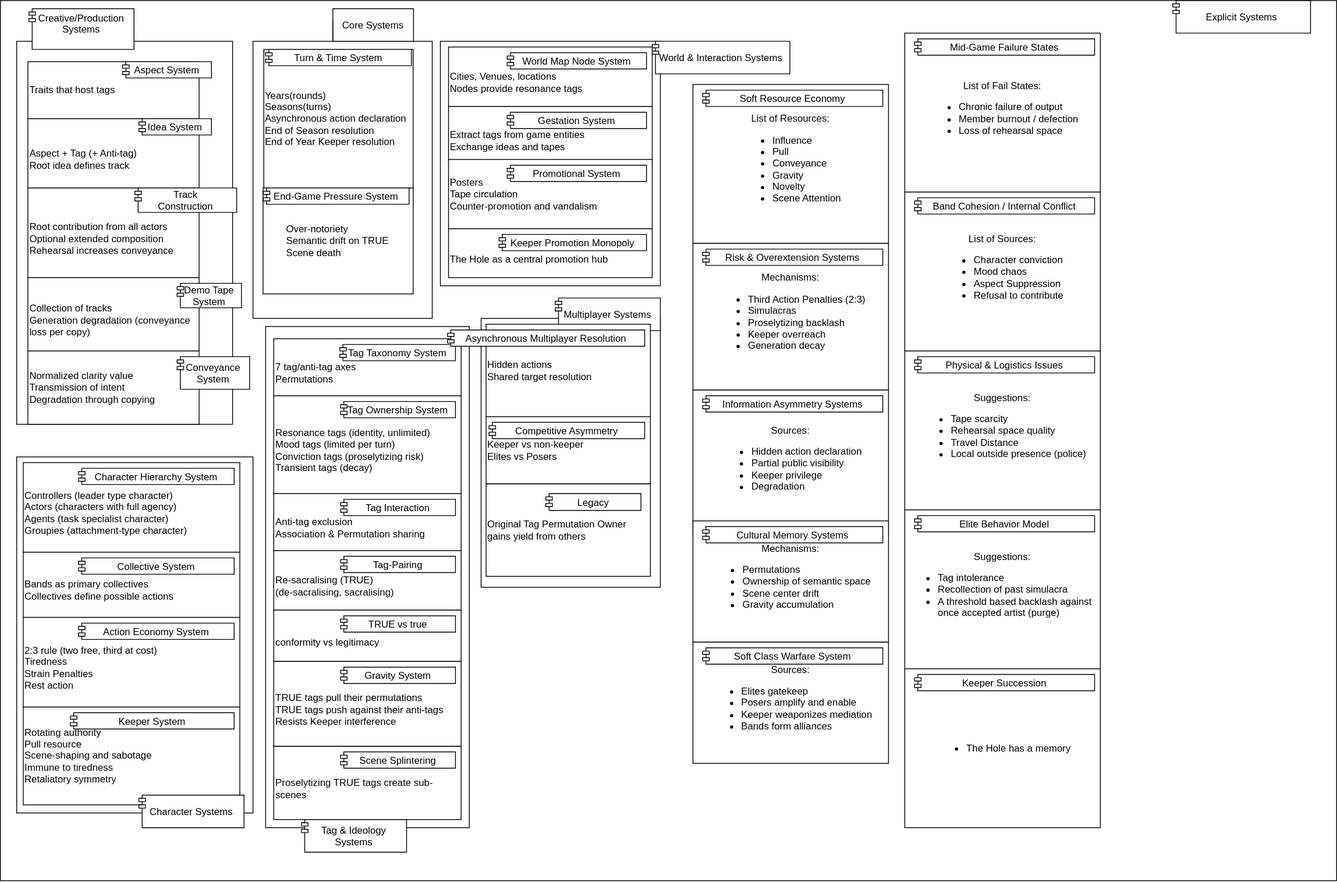
The draw.io diagram TheProspector/Assets/Schematics/AllSystemsReference.svg in SakuNurmiranta/TheProspector, before a commit. Source tidied: cells renumbered, new cells last; positions are measured from the earlier drawing's top-left corner, leaving out a move shared by most shapes.
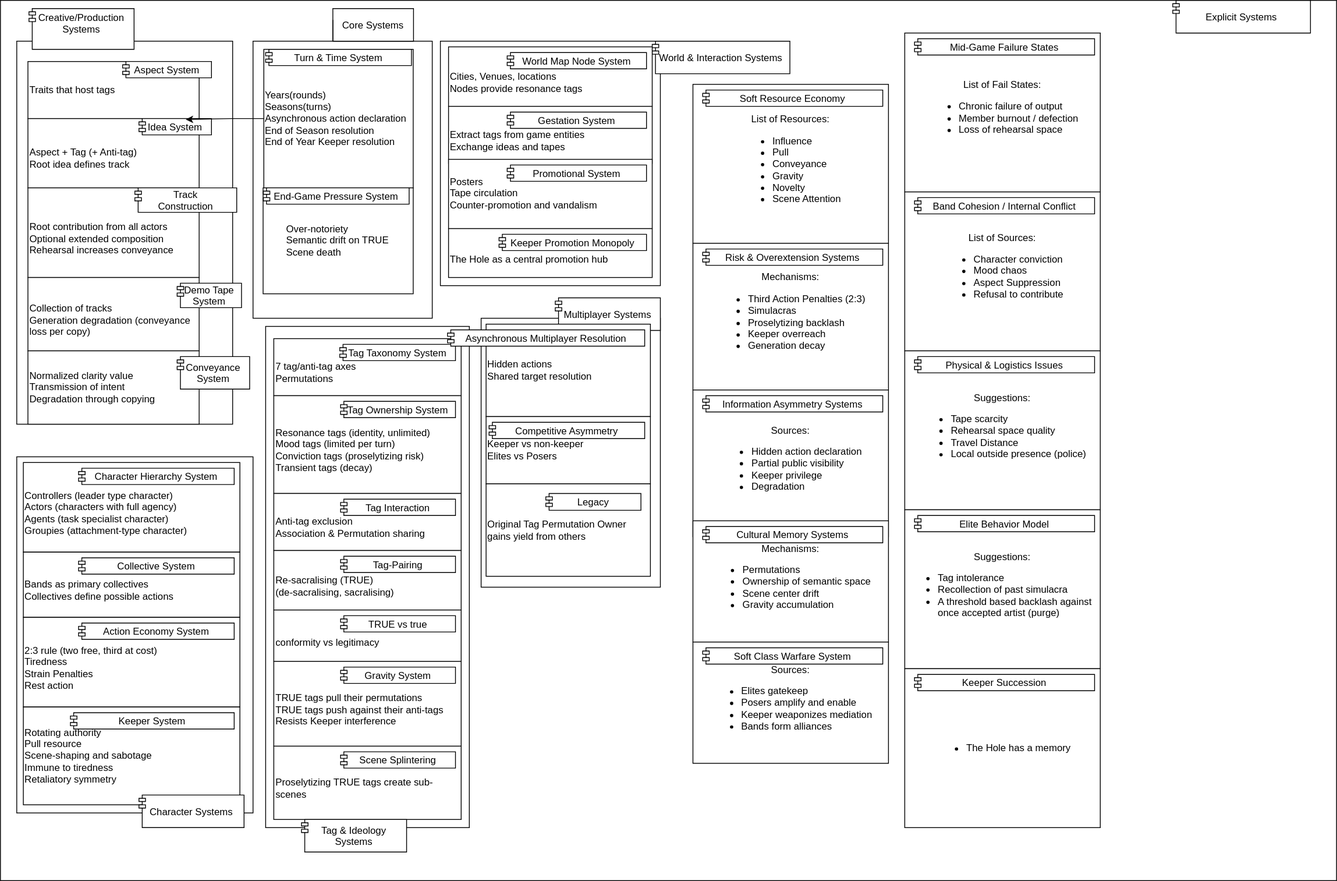
The same diagram one commit later.

What changed in the source:
```diff
@@ -353,5 +353,8 @@
         <mxPoint x="-228" y="7" as="offset" />
       </mxGeometry>
     </mxCell>
+    <mxCell id="93" style="edgeStyle=orthogonalEdgeStyle;rounded=0;jettySize=auto;html=1;entryX=0.922;entryY=1.016;entryDx=0;entryDy=0;entryPerimeter=0;" parent="1" edge="1" source="19" target="6">
+      <mxGeometry relative="1" as="geometry" />
+    </mxCell>
   </root>
 </mxGraphModel>
```
